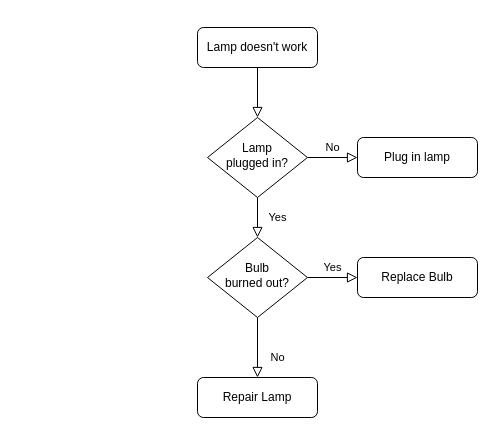
The draw.io diagram Диаграмма без названия.drawio in AlenaTopaeva/-, before the edit. Source tidied: cells renumbered, new cells numbered last; positions are measured from the earlier drawing's top-left corner, leaving out a move shared by most shapes. Both pictures are drawn from the tidied source at 100%, with x=0, y=0 at pixel (197, 27).
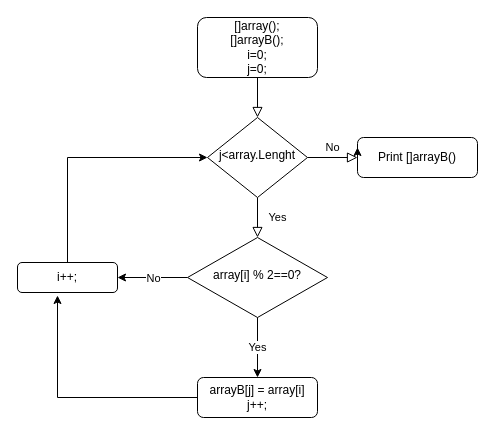
After the change.

What changed in the source:
```diff
@@
 <mxGraphModel>
   <root>
     <mxCell id="0" />
     <mxCell id="1" parent="0" />
     <mxCell id="2" style="rounded=0;html=1;jettySize=auto;fontSize=11;endArrow=block;endFill=0;endSize=8;strokeWidth=1;shadow=0;labelBackgroundColor=none;edgeStyle=orthogonalEdgeStyle;" parent="1" edge="1" source="3" target="6">
       <mxGeometry relative="1" as="geometry" />
     </mxCell>
-    <mxCell id="3" value="Lamp doesn't work" style="rounded=1;whiteSpace=wrap;html=1;fontSize=12;glass=0;strokeWidth=1;shadow=0;" parent="1" vertex="1">
-      <mxGeometry width="120" height="40" as="geometry" />
+    <mxCell id="3" value="[]array();&lt;br&gt;[]arrayB();&lt;br&gt;i=0;&lt;br&gt;j=0;" style="rounded=1;whiteSpace=wrap;html=1;fontSize=12;glass=0;strokeWidth=1;shadow=0;" parent="1" vertex="1">
+      <mxGeometry y="-10" width="120" height="60" as="geometry" />
     </mxCell>
     <mxCell id="4" value="Yes" style="rounded=0;html=1;jettySize=auto;fontSize=11;endArrow=block;endFill=0;endSize=8;strokeWidth=1;shadow=0;labelBackgroundColor=none;edgeStyle=orthogonalEdgeStyle;" parent="1" edge="1" source="6" target="10">
       <mxGeometry y="20" relative="1" as="geometry" />
     </mxCell>
     <mxCell id="5" value="No" style="edgeStyle=orthogonalEdgeStyle;rounded=0;html=1;jettySize=auto;fontSize=11;endArrow=block;endFill=0;endSize=8;strokeWidth=1;shadow=0;labelBackgroundColor=none;" parent="1" edge="1" source="6" target="7">
       <mxGeometry y="10" relative="1" as="geometry" />
     </mxCell>
-    <mxCell id="6" value="Lamp&lt;br&gt;plugged in?" style="rhombus;whiteSpace=wrap;html=1;shadow=0;fontFamily=Helvetica;fontSize=12;align=center;strokeWidth=1;spacing=6;spacingTop=-4;" parent="1" vertex="1">
+    <mxCell id="6" value="j&amp;lt;array.Lenght" style="rhombus;whiteSpace=wrap;html=1;shadow=0;fontFamily=Helvetica;fontSize=12;align=center;strokeWidth=1;spacing=6;spacingTop=-4;" parent="1" vertex="1">
       <mxGeometry x="10" y="90" width="100" height="80" as="geometry" />
     </mxCell>
-    <mxCell id="7" value="Plug in lamp" style="rounded=1;whiteSpace=wrap;html=1;fontSize=12;glass=0;strokeWidth=1;shadow=0;" parent="1" vertex="1">
+    <mxCell id="7" value="Print []arrayB()" style="rounded=1;whiteSpace=wrap;html=1;fontSize=12;glass=0;strokeWidth=1;shadow=0;" parent="1" vertex="1">
       <mxGeometry x="160" y="110" width="120" height="40" as="geometry" />
     </mxCell>
-    <mxCell id="8" value="No" style="rounded=0;html=1;jettySize=auto;fontSize=11;endArrow=block;endFill=0;endSize=8;strokeWidth=1;shadow=0;labelBackgroundColor=none;edgeStyle=orthogonalEdgeStyle;" parent="1" edge="1" source="10" target="11">
-      <mxGeometry x="0.33" y="20" relative="1" as="geometry" />
+    <mxCell id="8" value="No" style="edgeStyle=orthogonalEdgeStyle;rounded=0;jettySize=auto;html=1;exitX=0;exitY=0.5;exitDx=0;exitDy=0;" parent="1" edge="1" source="10">
+      <mxGeometry relative="1" as="geometry">
+        <mxPoint x="-80" y="250" as="targetPoint" />
+      </mxGeometry>
     </mxCell>
+    <mxCell id="10" value="array[i] % 2==0?" style="rhombus;whiteSpace=wrap;html=1;shadow=0;fontFamily=Helvetica;fontSize=12;align=center;strokeWidth=1;spacing=6;spacingTop=-4;" parent="1" vertex="1">
+      <mxGeometry x="-10" y="210" width="140" height="80" as="geometry" />
+    </mxCell>
+    <mxCell id="13" style="edgeStyle=orthogonalEdgeStyle;rounded=0;jettySize=auto;html=1;exitX=0;exitY=0.5;exitDx=0;exitDy=0;entryX=0.4;entryY=1.1;entryDx=0;entryDy=0;entryPerimeter=0;" parent="1" edge="1" source="11" target="16">
+      <mxGeometry relative="1" as="geometry" />
+    </mxCell>
+    <mxCell id="11" value="arrayB[j] = array[i]&lt;br&gt;j++;" style="rounded=1;whiteSpace=wrap;html=1;fontSize=12;glass=0;strokeWidth=1;shadow=0;" parent="1" vertex="1">
+      <mxGeometry y="350" width="120" height="40" as="geometry" />
+    </mxCell>
+    <mxCell id="14" style="edgeStyle=orthogonalEdgeStyle;rounded=0;orthogonalLoop=1;jettySize=auto;html=1;exitX=0;exitY=0.75;exitDx=0;exitDy=0;entryX=0;entryY=0.25;entryDx=0;entryDy=0;" parent="1" edge="1" source="7" target="7">
+      <mxGeometry relative="1" as="geometry" />
+    </mxCell>
-    <mxCell id="9" value="Yes" style="edgeStyle=orthogonalEdgeStyle;rounded=0;html=1;jettySize=auto;fontSize=11;endArrow=block;endFill=0;endSize=8;strokeWidth=1;shadow=0;labelBackgroundColor=none;" parent="1" edge="1" source="10" target="12">
-      <mxGeometry y="10" relative="1" as="geometry" />
+    <mxCell id="9" value="Yes" style="endArrow=classic;html=1;rounded=0;exitX=0.5;exitY=1;exitDx=0;exitDy=0;entryX=0.5;entryY=0;entryDx=0;entryDy=0;" parent="1" edge="1" source="10" target="11">
+      <mxGeometry relative="1" as="geometry" />
     </mxCell>
-    <mxCell id="10" value="Bulb&lt;br&gt;burned out?" style="rhombus;whiteSpace=wrap;html=1;shadow=0;fontFamily=Helvetica;fontSize=12;align=center;strokeWidth=1;spacing=6;spacingTop=-4;" parent="1" vertex="1">
-      <mxGeometry x="10" y="210" width="100" height="80" as="geometry" />
-    </mxCell>
-    <mxCell id="11" value="Repair Lamp" style="rounded=1;whiteSpace=wrap;html=1;fontSize=12;glass=0;strokeWidth=1;shadow=0;" parent="1" vertex="1">
-      <mxGeometry y="350" width="120" height="40" as="geometry" />
-    </mxCell>
-    <mxCell id="12" value="Replace Bulb" style="rounded=1;whiteSpace=wrap;html=1;fontSize=12;glass=0;strokeWidth=1;shadow=0;" parent="1" vertex="1">
-      <mxGeometry x="160" y="230" width="120" height="40" as="geometry" />
-    </mxCell>
+    <mxCell id="15" style="edgeStyle=orthogonalEdgeStyle;rounded=0;jettySize=auto;html=1;exitX=0.5;exitY=0;exitDx=0;exitDy=0;entryX=0;entryY=0.5;entryDx=0;entryDy=0;" parent="1" edge="1" source="16" target="6">
+      <mxGeometry relative="1" as="geometry" />
+    </mxCell>
+    <mxCell id="16" value="i++;" style="rounded=1;whiteSpace=wrap;html=1;" parent="1" vertex="1">
+      <mxGeometry x="-180" y="235" width="100" height="30" as="geometry" />
+    </mxCell>
   </root>
 </mxGraphModel>
```
